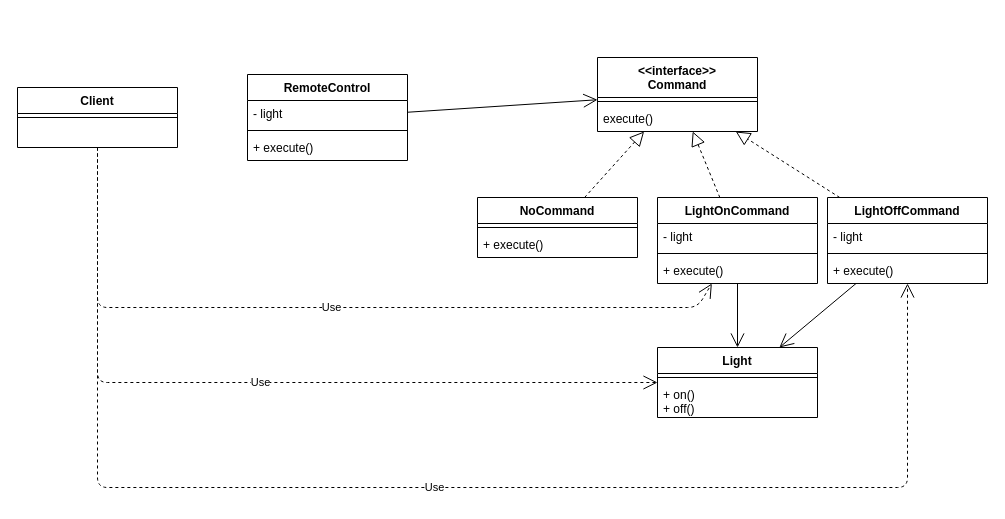
Above: HeadFirst/Command/draw.command.drawio in bzy107/php-designpattern (draw.io), before the change. Source tidied: cells renumbered, new cells numbered last; positions are measured from the earlier drawing's top-left corner, leaving out a move shared by most shapes. Both pictures are drawn from the tidied source at 100%, with x=0, y=0 at pixel (17, 57).
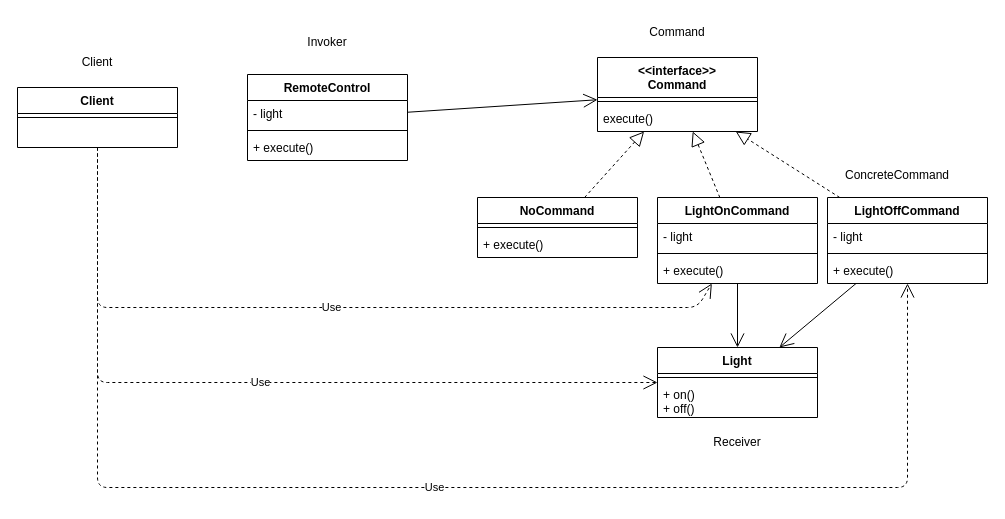
After the change.

Commit message (it also covers changes not shown here):
Head First Command マクロコマンドで一連の操作を一括で操作できる

What changed in the source:
```diff
@@
+    <mxCell id="35" value="Invoker" style="text;html=1;strokeColor=none;fillColor=none;align=center;verticalAlign=middle;whiteSpace=wrap;rounded=0;" parent="1" vertex="1">
+      <mxGeometry x="230" y="-30" width="160" height="30" as="geometry" />
+    </mxCell>
+    <mxCell id="36" value="Client" style="text;html=1;strokeColor=none;fillColor=none;align=center;verticalAlign=middle;whiteSpace=wrap;rounded=0;" parent="1" vertex="1">
+      <mxGeometry y="-10" width="160" height="30" as="geometry" />
+    </mxCell>
+    <mxCell id="37" value="Command" style="text;html=1;strokeColor=none;fillColor=none;align=center;verticalAlign=middle;whiteSpace=wrap;rounded=0;" parent="1" vertex="1">
+      <mxGeometry x="580" y="-40" width="160" height="30" as="geometry" />
+    </mxCell>
+    <mxCell id="38" value="Receiver" style="text;html=1;strokeColor=none;fillColor=none;align=center;verticalAlign=middle;whiteSpace=wrap;rounded=0;" parent="1" vertex="1">
+      <mxGeometry x="640" y="370" width="160" height="30" as="geometry" />
+    </mxCell>
+    <mxCell id="39" value="ConcreteCommand" style="text;html=1;strokeColor=none;fillColor=none;align=center;verticalAlign=middle;whiteSpace=wrap;rounded=0;" parent="1" vertex="1">
+      <mxGeometry x="800" y="103" width="160" height="30" as="geometry" />
+    </mxCell>
```
